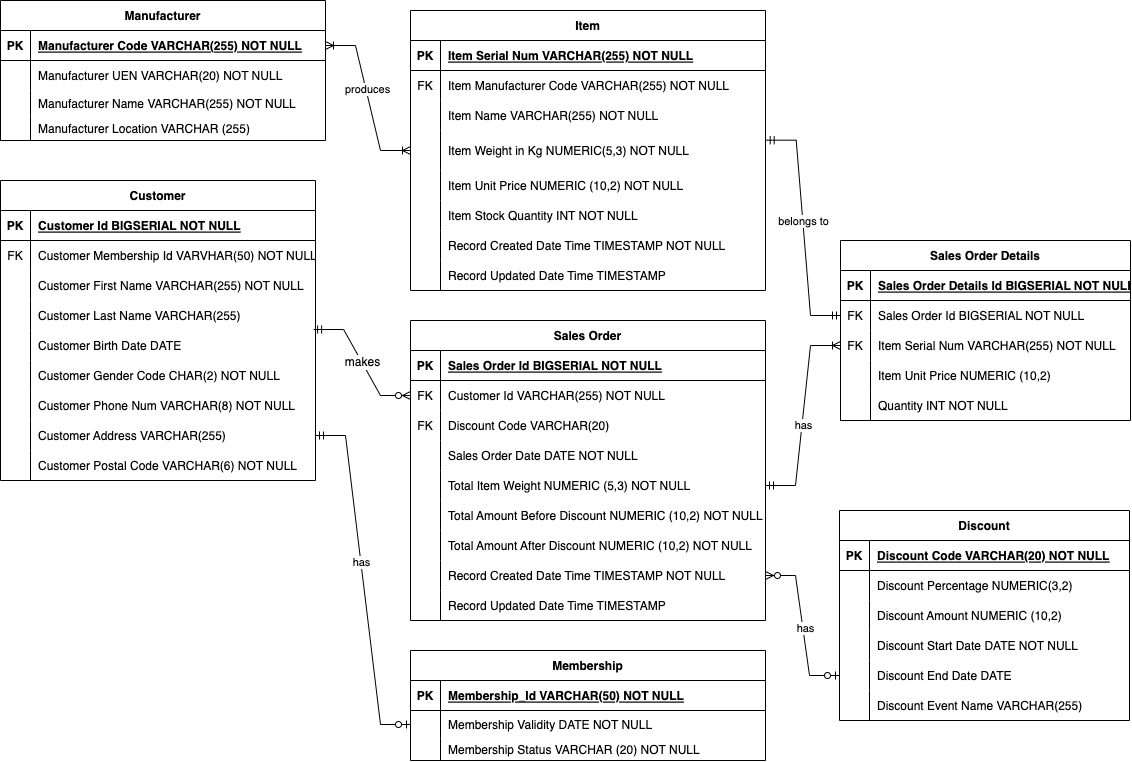
The draw.io diagram q2/applicants.drawio.png in kchuying/senior-de-assessment, before a commit. Source tidied: cells renumbered, new cells last; positions are measured from the earlier drawing's top-left corner, leaving out a move shared by most shapes.
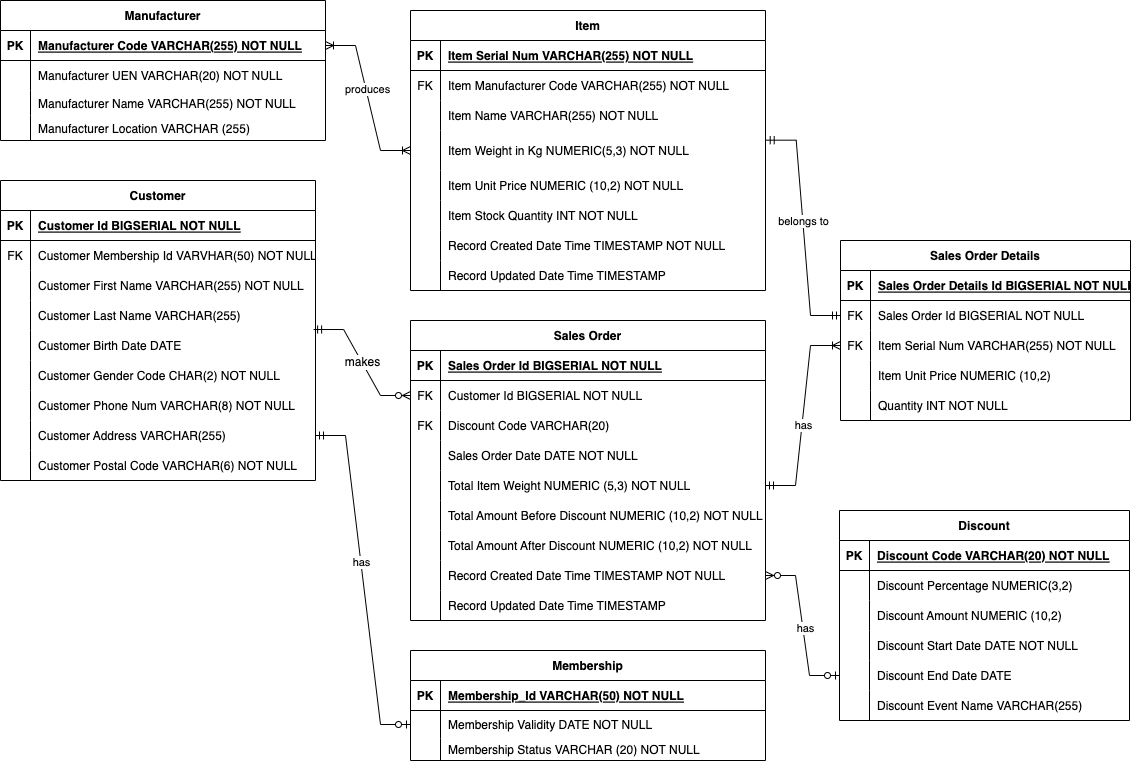
Later version of the same file.

Diff of the diagram source:
```diff
@@ -20,7 +20,7 @@
     <mxCell id="7" value="FK" style="shape=partialRectangle;overflow=hidden;fillColor=none;top=0;left=0;bottom=0;right=0;" parent="6" vertex="1">
       <mxGeometry width="30" height="30" as="geometry" />
     </mxCell>
-    <mxCell id="8" value="Customer Id VARCHAR(255) NOT NULL" style="shape=partialRectangle;overflow=hidden;fillColor=none;top=0;left=0;bottom=0;right=0;align=left;spacingLeft=6;" parent="6" vertex="1">
+    <mxCell id="8" value="Customer Id BIGSERIAL NOT NULL" style="shape=partialRectangle;overflow=hidden;fillColor=none;top=0;left=0;bottom=0;right=0;align=left;spacingLeft=6;" parent="6" vertex="1">
       <mxGeometry x="30" width="325" height="30" as="geometry" />
     </mxCell>
     <mxCell id="9" style="shape=partialRectangle;fillColor=none;top=0;left=0;bottom=0;right=0;" parent="2" vertex="1">
```
